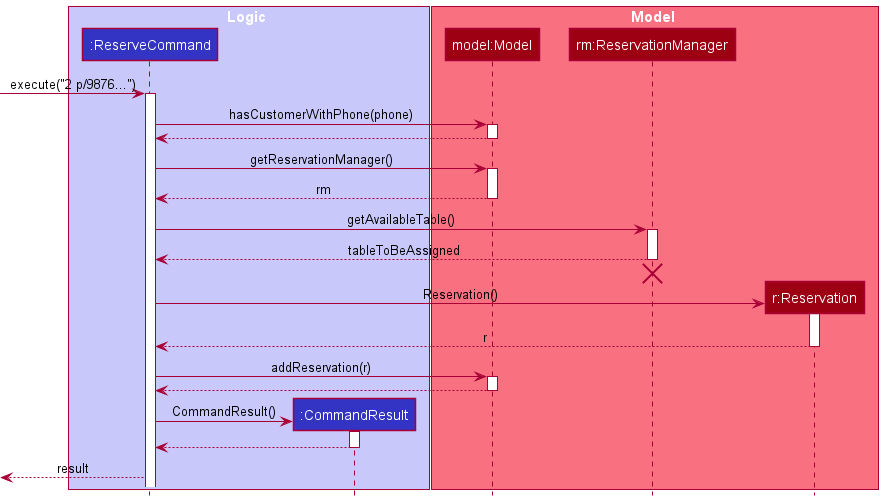
Before: docs/images/AddReservationCommandSequenceDiagram.png, a diagram exported from PlantUML (nus-cs2103-AY2122S1/tp).
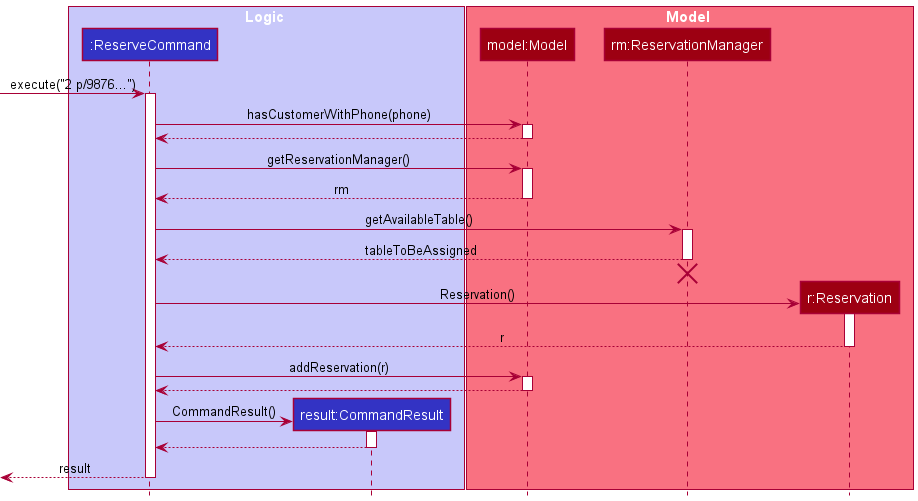
After the change.

Commit message:
add get corresponding customer command to DG

Change to the diagram source:
```diff
@@ -3,7 +3,7 @@
 
 box Logic LOGIC_COLOR_T1
 participant ":ReserveCommand" as ReserveCommand LOGIC_COLOR
-participant ":CommandResult" as CommandResult LOGIC_COLOR
+participant "result:CommandResult" as CommandResult LOGIC_COLOR
 end box
 
 box Model MODEL_COLOR_T1
@@ -57,5 +57,6 @@
 deactivate CommandResult
 
 ReserveCommand -->[ : result
+deactivate ReserveCommand
 
 @enduml
```
